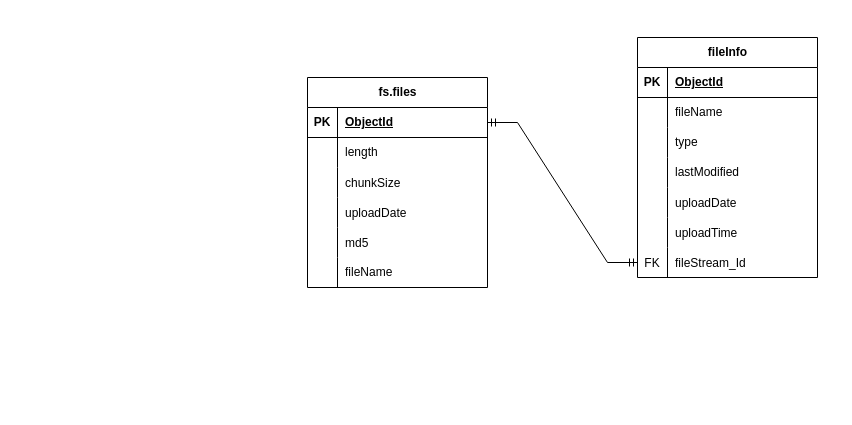
This is Схема отношений сещностей.drawio from Aleksandr-A204/plato.HeracleumSosnowskyi, a draw.io file, before an edit. Source tidied: cells renumbered, new cells numbered last; positions are measured from the earlier drawing's top-left corner, leaving out a move shared by most shapes. Both pictures are drawn from the tidied source at 100%, with x=0, y=0 at pixel (307, 37).
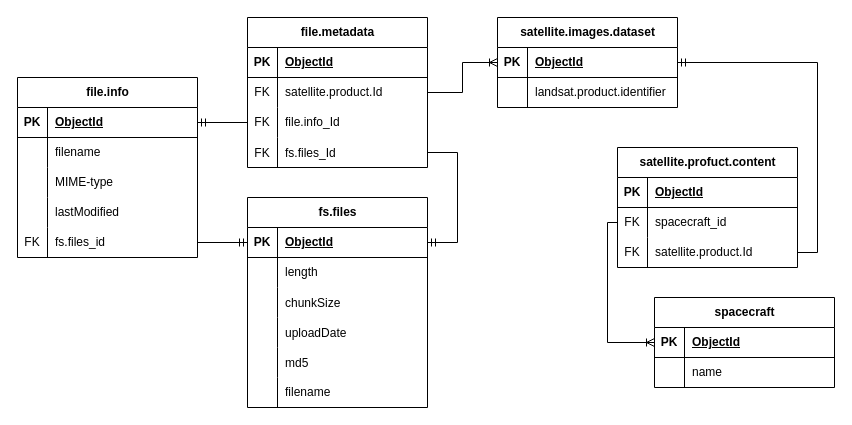
Above is the later version.

The change refers to these unchanged cells:
```xml
<mxCell id="3" style="shape=tableRow;horizontal=0;startSize=0;swimlaneHead=0;swimlaneBody=0;fillColor=none;points=[[0,0.5],[1,0.5]];portConstraint=eastwest;top=0;left=0;right=0;bottom=1;" parent="2" vertex="1">
  <mxGeometry y="30" width="180" height="30" as="geometry" />
</mxCell>
<mxCell id="18" style="shape=tableRow;horizontal=0;startSize=0;swimlaneHead=0;swimlaneBody=0;fillColor=none;top=0;left=0;right=0;bottom=0;" parent="2" vertex="1">
  <mxGeometry y="180" width="180" height="30" as="geometry" />
</mxCell>
<mxCell id="22" style="shape=tableRow;horizontal=0;startSize=0;swimlaneHead=0;swimlaneBody=0;fillColor=none;points=[[0,0.5],[1,0.5]];portConstraint=eastwest;top=0;left=0;right=0;bottom=1;" parent="21" vertex="1">
  <mxGeometry y="30" width="180" height="30" as="geometry" />
</mxCell>
<mxCell id="25" style="shape=tableRow;horizontal=0;startSize=0;swimlaneHead=0;swimlaneBody=0;fillColor=none;top=0;left=0;right=0;bottom=0;" parent="21" vertex="1">
  <mxGeometry y="60" width="180" height="30" as="geometry" />
</mxCell>
<mxCell id="28" style="shape=tableRow;horizontal=0;startSize=0;swimlaneHead=0;swimlaneBody=0;fillColor=none;top=0;left=0;right=0;bottom=0;" parent="21" vertex="1">
  <mxGeometry y="90" width="180" height="30" as="geometry" />
</mxCell>
<mxCell id="34" style="shape=tableRow;horizontal=0;startSize=0;swimlaneHead=0;swimlaneBody=0;fillColor=none;points=[[0,0.5],[1,0.5]];portConstraint=eastwest;top=0;left=0;right=0;bottom=0;" parent="21" vertex="1">
  <mxGeometry y="150" width="180" height="30" as="geometry" />
</mxCell>
```

Diff of the diagram source:
```diff
@@
     <mxCell id="2" value="fs.files" style="shape=table;startSize=30;childLayout=tableLayout;rowLines=0;fontStyle=1;align=center;html=1;" parent="1" vertex="1">
-      <mxGeometry y="40" width="180" height="210" as="geometry" />
+      <mxGeometry x="-60" y="160" width="180" height="210" as="geometry" />
     </mxCell>
@@
-    <mxCell id="20" value="fileName" style="shape=partialRectangle;fillColor=none;top=0;left=0;bottom=0;right=0;align=left;spacingLeft=6;overflow=hidden;whiteSpace=wrap;html=1;" parent="18" vertex="1">
+    <mxCell id="20" value="filename" style="shape=partialRectangle;fillColor=none;top=0;left=0;bottom=0;right=0;align=left;spacingLeft=6;overflow=hidden;whiteSpace=wrap;html=1;" parent="18" vertex="1">
       <mxGeometry x="30" width="150" height="30" as="geometry" />
     </mxCell>
-    <mxCell id="21" value="fileInfo" style="shape=table;startSize=30;childLayout=tableLayout;rowLines=0;fontStyle=1;align=center;html=1;" parent="1" vertex="1">
-      <mxGeometry x="330" width="180" height="240" as="geometry" />
+    <mxCell id="21" value="file.info" style="shape=table;startSize=30;childLayout=tableLayout;rowLines=0;fontStyle=1;align=center;html=1;" parent="1" vertex="1">
+      <mxGeometry x="-290" y="40" width="180" height="180" as="geometry" />
     </mxCell>
@@
-    <mxCell id="27" value="fileName" style="shape=partialRectangle;fillColor=none;top=0;left=0;bottom=0;right=0;align=left;spacingLeft=6;overflow=hidden;whiteSpace=wrap;html=1;" parent="25" vertex="1">
+    <mxCell id="27" value="filename" style="shape=partialRectangle;fillColor=none;top=0;left=0;bottom=0;right=0;align=left;spacingLeft=6;overflow=hidden;whiteSpace=wrap;html=1;" parent="25" vertex="1">
       <mxGeometry x="30" width="150" height="30" as="geometry" />
     </mxCell>
@@
-    <mxCell id="30" value="type" style="shape=partialRectangle;fillColor=none;top=0;left=0;bottom=0;right=0;align=left;spacingLeft=6;overflow=hidden;whiteSpace=wrap;html=1;" parent="28" vertex="1">
+    <mxCell id="30" value="MIME-type" style="shape=partialRectangle;fillColor=none;top=0;left=0;bottom=0;right=0;align=left;spacingLeft=6;overflow=hidden;whiteSpace=wrap;html=1;" parent="28" vertex="1">
       <mxGeometry x="30" width="150" height="30" as="geometry" />
     </mxCell>
@@
-    <mxCell id="35" style="shape=partialRectangle;fillColor=none;top=0;left=0;bottom=0;right=0;overflow=hidden;" parent="34" vertex="1">
-      <mxGeometry width="30" height="30" as="geometry" />
-    </mxCell>
-    <mxCell id="36" value="uploadDate" style="shape=partialRectangle;fillColor=none;top=0;left=0;bottom=0;right=0;align=left;spacingLeft=6;overflow=hidden;" parent="34" vertex="1">
-      <mxGeometry x="30" width="150" height="30" as="geometry" />
-    </mxCell>
-    <mxCell id="37" style="shape=tableRow;horizontal=0;startSize=0;swimlaneHead=0;swimlaneBody=0;fillColor=none;top=0;left=0;right=0;bottom=0;" parent="21" vertex="1">
-      <mxGeometry y="180" width="180" height="30" as="geometry" />
-    </mxCell>
-    <mxCell id="38" style="shape=partialRectangle;fillColor=none;top=0;left=0;bottom=0;right=0;overflow=hidden;" parent="37" vertex="1">
-      <mxGeometry width="30" height="30" as="geometry" />
-    </mxCell>
-    <mxCell id="39" value="uploadTime" style="shape=partialRectangle;fillColor=none;top=0;left=0;bottom=0;right=0;align=left;spacingLeft=6;overflow=hidden;" parent="37" vertex="1">
-      <mxGeometry x="30" width="150" height="30" as="geometry" />
-    </mxCell>
-    <mxCell id="40" style="shape=tableRow;horizontal=0;startSize=0;swimlaneHead=0;swimlaneBody=0;fillColor=none;points=[[0,0.5],[1,0.5]];portConstraint=eastwest;top=0;left=0;right=0;bottom=0;" parent="21" vertex="1">
-      <mxGeometry y="210" width="180" height="30" as="geometry" />
-    </mxCell>
+    <mxCell id="44" value="FK" style="shape=partialRectangle;fillColor=none;top=0;left=0;bottom=0;right=0;overflow=hidden;whiteSpace=wrap;html=1;" parent="34" vertex="1">
+      <mxGeometry width="30" height="30" as="geometry" />
+    </mxCell>
+    <mxCell id="45" value="fs.files_id" style="shape=partialRectangle;fillColor=none;top=0;left=0;bottom=0;right=0;align=left;spacingLeft=6;overflow=hidden;whiteSpace=wrap;html=1;" parent="34" vertex="1">
+      <mxGeometry x="30" width="150" height="30" as="geometry" />
+    </mxCell>
+    <mxCell id="46" value="file.metadata" style="shape=table;startSize=30;childLayout=tableLayout;rowLines=0;fontStyle=1;align=center;html=1;" parent="1" vertex="1">
+      <mxGeometry x="-60" y="-20" width="180" height="150" as="geometry" />
+    </mxCell>
+    <mxCell id="47" style="shape=tableRow;horizontal=0;startSize=0;swimlaneHead=0;swimlaneBody=0;fillColor=none;top=0;left=0;right=0;bottom=1;" parent="46" vertex="1">
+      <mxGeometry y="30" width="180" height="30" as="geometry" />
+    </mxCell>
+    <mxCell id="48" value="PK" style="shape=partialRectangle;fillColor=none;top=0;left=0;bottom=0;right=0;fontStyle=1;overflow=hidden;whiteSpace=wrap;html=1;" parent="47" vertex="1">
+      <mxGeometry width="30" height="30" as="geometry" />
+    </mxCell>
+    <mxCell id="49" value="ObjectId" style="shape=partialRectangle;fillColor=none;top=0;left=0;bottom=0;right=0;align=left;spacingLeft=6;fontStyle=5;overflow=hidden;whiteSpace=wrap;html=1;" parent="47" vertex="1">
+      <mxGeometry x="30" width="150" height="30" as="geometry" />
+    </mxCell>
+    <mxCell id="50" style="shape=tableRow;horizontal=0;startSize=0;swimlaneHead=0;swimlaneBody=0;fillColor=none;points=[[0,0.5],[1,0.5]];portConstraint=eastwest;top=0;left=0;right=0;bottom=0;" parent="46" vertex="1">
+      <mxGeometry y="60" width="180" height="30" as="geometry" />
+    </mxCell>
+    <mxCell id="51" value="FK" style="shape=partialRectangle;fillColor=none;top=0;left=0;bottom=0;right=0;overflow=hidden;whiteSpace=wrap;html=1;" parent="50" vertex="1">
+      <mxGeometry width="30" height="30" as="geometry" />
+    </mxCell>
+    <mxCell id="52" value="satellite.product.Id" style="shape=partialRectangle;fillColor=none;top=0;left=0;bottom=0;right=0;align=left;spacingLeft=6;overflow=hidden;whiteSpace=wrap;html=1;" parent="50" vertex="1">
+      <mxGeometry x="30" width="150" height="30" as="geometry" />
+    </mxCell>
+    <mxCell id="53" style="shape=tableRow;horizontal=0;startSize=0;swimlaneHead=0;swimlaneBody=0;fillColor=none;points=[[0,0.5],[1,0.5]];portConstraint=eastwest;top=0;left=0;right=0;bottom=0;" parent="46" vertex="1">
+      <mxGeometry y="90" width="180" height="30" as="geometry" />
+    </mxCell>
+    <mxCell id="54" value="FK" style="shape=partialRectangle;fillColor=none;top=0;left=0;bottom=0;right=0;overflow=hidden;whiteSpace=wrap;html=1;" parent="53" vertex="1">
+      <mxGeometry width="30" height="30" as="geometry" />
+    </mxCell>
+    <mxCell id="55" value="file.info_Id" style="shape=partialRectangle;fillColor=none;top=0;left=0;bottom=0;right=0;align=left;spacingLeft=6;overflow=hidden;whiteSpace=wrap;html=1;" parent="53" vertex="1">
+      <mxGeometry x="30" width="150" height="30" as="geometry" />
+    </mxCell>
+    <mxCell id="56" style="shape=tableRow;horizontal=0;startSize=0;swimlaneHead=0;swimlaneBody=0;fillColor=none;points=[[0,0.5],[1,0.5]];portConstraint=eastwest;top=0;left=0;right=0;bottom=0;" parent="46" vertex="1">
+      <mxGeometry y="120" width="180" height="30" as="geometry" />
+    </mxCell>
-    <mxCell id="41" value="FK" style="shape=partialRectangle;fillColor=none;top=0;left=0;bottom=0;right=0;overflow=hidden;" parent="40" vertex="1">
+    <mxCell id="41" value="FK" style="shape=partialRectangle;fillColor=none;top=0;left=0;bottom=0;right=0;overflow=hidden;" parent="56" vertex="1">
       <mxGeometry width="30" height="30" as="geometry" />
     </mxCell>
-    <mxCell id="42" value="fileStream_Id" style="shape=partialRectangle;fillColor=none;top=0;left=0;bottom=0;right=0;align=left;spacingLeft=6;overflow=hidden;" parent="40" vertex="1">
-      <mxGeometry x="30" width="150" height="30" as="geometry" />
-    </mxCell>
-    <mxCell id="43" style="edgeStyle=entityRelationEdgeStyle;fontSize=12;html=1;endArrow=ERmandOne;startArrow=ERmandOne;rounded=0;exitX=1;exitY=0.5;exitDx=0;exitDy=0;entryX=0;entryY=0.5;entryDx=0;entryDy=0;" parent="1" edge="1" source="3" target="40">
-      <mxGeometry relative="1" as="geometry" />
-    </mxCell>
+    <mxCell id="57" value="fs.files_Id" style="shape=partialRectangle;fillColor=none;top=0;left=0;bottom=0;right=0;align=left;spacingLeft=6;overflow=hidden;" parent="56" vertex="1">
+      <mxGeometry x="30" width="150" height="30" as="geometry" />
+    </mxCell>
+    <mxCell id="58" style="edgeStyle=orthogonalEdgeStyle;fontSize=12;html=1;endArrow=ERoneToMany;rounded=0;exitX=1;exitY=0.5;exitDx=0;exitDy=0;entryX=0;entryY=0.5;entryDx=0;entryDy=0;" parent="1" edge="1" source="50" target="63">
+      <mxGeometry relative="1" as="geometry" />
+    </mxCell>
+    <mxCell id="59" style="edgeStyle=entityRelationEdgeStyle;fontSize=12;html=1;endArrow=ERmandOne;rounded=0;entryX=1;entryY=0.5;entryDx=0;entryDy=0;" parent="1" edge="1" source="53" target="22">
+      <mxGeometry relative="1" as="geometry" />
+    </mxCell>
+    <mxCell id="60" style="edgeStyle=entityRelationEdgeStyle;fontSize=12;html=1;endArrow=ERmandOne;rounded=0;entryX=1;entryY=0.5;entryDx=0;entryDy=0;exitX=1;exitY=0.5;exitDx=0;exitDy=0;" parent="1" edge="1" source="56" target="3">
+      <mxGeometry relative="1" as="geometry" />
+    </mxCell>
+    <mxCell id="61" style="edgeStyle=orthogonalEdgeStyle;fontSize=12;html=1;endArrow=ERmandOne;rounded=0;entryX=0;entryY=0.5;entryDx=0;entryDy=0;exitX=1;exitY=0.5;exitDx=0;exitDy=0;" parent="1" edge="1" source="34" target="3">
+      <mxGeometry relative="1" as="geometry" />
+    </mxCell>
+    <mxCell id="62" value="satellite.images.dataset" style="shape=table;startSize=30;childLayout=tableLayout;rowLines=0;fontStyle=1;align=center;html=1;" parent="1" vertex="1">
+      <mxGeometry x="190" y="-20" width="180" height="90" as="geometry" />
+    </mxCell>
+    <mxCell id="63" style="shape=tableRow;horizontal=0;startSize=0;swimlaneHead=0;swimlaneBody=0;fillColor=none;points=[[0,0.5],[1,0.5]];portConstraint=eastwest;top=0;left=0;right=0;bottom=1;" parent="62" vertex="1">
+      <mxGeometry y="30" width="180" height="30" as="geometry" />
+    </mxCell>
+    <mxCell id="64" value="PK" style="shape=partialRectangle;fillColor=none;top=0;left=0;bottom=0;right=0;fontStyle=1;overflow=hidden;whiteSpace=wrap;html=1;" parent="63" vertex="1">
+      <mxGeometry width="30" height="30" as="geometry" />
+    </mxCell>
+    <mxCell id="65" value="ObjectId" style="shape=partialRectangle;fillColor=none;top=0;left=0;bottom=0;right=0;align=left;spacingLeft=6;fontStyle=5;overflow=hidden;whiteSpace=wrap;html=1;" parent="63" vertex="1">
+      <mxGeometry x="30" width="150" height="30" as="geometry" />
+    </mxCell>
+    <mxCell id="66" style="shape=tableRow;horizontal=0;startSize=0;swimlaneHead=0;swimlaneBody=0;fillColor=none;top=0;left=0;right=0;bottom=0;" parent="62" vertex="1">
+      <mxGeometry y="60" width="180" height="30" as="geometry" />
+    </mxCell>
+    <mxCell id="67" style="shape=partialRectangle;fillColor=none;top=0;left=0;bottom=0;right=0;overflow=hidden;whiteSpace=wrap;html=1;" parent="66" vertex="1">
+      <mxGeometry width="30" height="30" as="geometry" />
+    </mxCell>
+    <mxCell id="68" value="landsat.product.identifier" style="shape=partialRectangle;fillColor=none;top=0;left=0;bottom=0;right=0;align=left;spacingLeft=6;overflow=hidden;whiteSpace=wrap;html=1;" parent="66" vertex="1">
+      <mxGeometry x="30" width="150" height="30" as="geometry" />
+    </mxCell>
+    <mxCell id="69" value="spacecraft" style="shape=table;startSize=30;childLayout=tableLayout;rowLines=0;fontStyle=1;align=center;html=1;" parent="1" vertex="1">
+      <mxGeometry x="347" y="260" width="180" height="90" as="geometry" />
+    </mxCell>
+    <mxCell id="70" style="shape=tableRow;horizontal=0;startSize=0;swimlaneHead=0;swimlaneBody=0;fillColor=none;points=[[0,0.5],[1,0.5]];portConstraint=eastwest;top=0;left=0;right=0;bottom=1;" parent="69" vertex="1">
+      <mxGeometry y="30" width="180" height="30" as="geometry" />
+    </mxCell>
+    <mxCell id="71" value="PK" style="shape=partialRectangle;fillColor=none;top=0;left=0;bottom=0;right=0;fontStyle=1;overflow=hidden;whiteSpace=wrap;html=1;" parent="70" vertex="1">
+      <mxGeometry width="30" height="30" as="geometry" />
+    </mxCell>
+    <mxCell id="72" value="ObjectId" style="shape=partialRectangle;fillColor=none;top=0;left=0;bottom=0;right=0;align=left;spacingLeft=6;fontStyle=5;overflow=hidden;whiteSpace=wrap;html=1;" parent="70" vertex="1">
+      <mxGeometry x="30" width="150" height="30" as="geometry" />
+    </mxCell>
+    <mxCell id="73" style="shape=tableRow;horizontal=0;startSize=0;swimlaneHead=0;swimlaneBody=0;fillColor=none;top=0;left=0;right=0;bottom=0;" parent="69" vertex="1">
+      <mxGeometry y="60" width="180" height="30" as="geometry" />
+    </mxCell>
+    <mxCell id="74" style="shape=partialRectangle;fillColor=none;top=0;left=0;bottom=0;right=0;overflow=hidden;whiteSpace=wrap;html=1;" parent="73" vertex="1">
+      <mxGeometry width="30" height="30" as="geometry" />
+    </mxCell>
+    <mxCell id="75" value="name" style="shape=partialRectangle;fillColor=none;top=0;left=0;bottom=0;right=0;align=left;spacingLeft=6;overflow=hidden;whiteSpace=wrap;html=1;" parent="73" vertex="1">
+      <mxGeometry x="30" width="150" height="30" as="geometry" />
+    </mxCell>
+    <mxCell id="76" value="satellite.profuct.content" style="shape=table;startSize=30;childLayout=tableLayout;rowLines=0;fontStyle=1;align=center;html=1;" parent="1" vertex="1">
+      <mxGeometry x="310" y="110" width="180" height="120" as="geometry" />
+    </mxCell>
+    <mxCell id="77" style="shape=tableRow;horizontal=0;startSize=0;swimlaneHead=0;swimlaneBody=0;fillColor=none;top=0;left=0;right=0;bottom=1;" parent="76" vertex="1">
+      <mxGeometry y="30" width="180" height="30" as="geometry" />
+    </mxCell>
+    <mxCell id="78" value="PK" style="shape=partialRectangle;fillColor=none;top=0;left=0;bottom=0;right=0;fontStyle=1;overflow=hidden;whiteSpace=wrap;html=1;" parent="77" vertex="1">
+      <mxGeometry width="30" height="30" as="geometry" />
+    </mxCell>
+    <mxCell id="79" value="ObjectId" style="shape=partialRectangle;fillColor=none;top=0;left=0;bottom=0;right=0;align=left;spacingLeft=6;fontStyle=5;overflow=hidden;whiteSpace=wrap;html=1;" parent="77" vertex="1">
+      <mxGeometry x="30" width="150" height="30" as="geometry" />
+    </mxCell>
+    <mxCell id="80" style="shape=tableRow;horizontal=0;startSize=0;swimlaneHead=0;swimlaneBody=0;fillColor=none;points=[[0,0.5],[1,0.5]];portConstraint=eastwest;top=0;left=0;right=0;bottom=0;" parent="76" vertex="1">
+      <mxGeometry y="60" width="180" height="30" as="geometry" />
+    </mxCell>
+    <mxCell id="81" value="FK" style="shape=partialRectangle;fillColor=none;top=0;left=0;bottom=0;right=0;overflow=hidden;whiteSpace=wrap;html=1;" parent="80" vertex="1">
+      <mxGeometry width="30" height="30" as="geometry" />
+    </mxCell>
+    <mxCell id="82" value="spacecraft_id" style="shape=partialRectangle;fillColor=none;top=0;left=0;bottom=0;right=0;align=left;spacingLeft=6;overflow=hidden;whiteSpace=wrap;html=1;" parent="80" vertex="1">
+      <mxGeometry x="30" width="150" height="30" as="geometry" />
+    </mxCell>
+    <mxCell id="83" style="shape=tableRow;horizontal=0;startSize=0;swimlaneHead=0;swimlaneBody=0;fillColor=none;points=[[0,0.5],[1,0.5]];portConstraint=eastwest;top=0;left=0;right=0;bottom=0;" parent="76" vertex="1">
+      <mxGeometry y="90" width="180" height="30" as="geometry" />
+    </mxCell>
+    <mxCell id="84" value="FK" style="shape=partialRectangle;fillColor=none;top=0;left=0;bottom=0;right=0;overflow=hidden;whiteSpace=wrap;html=1;" parent="83" vertex="1">
+      <mxGeometry width="30" height="30" as="geometry" />
+    </mxCell>
+    <mxCell id="85" value="satellite.product.Id" style="shape=partialRectangle;fillColor=none;top=0;left=0;bottom=0;right=0;align=left;spacingLeft=6;overflow=hidden;whiteSpace=wrap;html=1;" parent="83" vertex="1">
+      <mxGeometry x="30" width="150" height="30" as="geometry" />
+    </mxCell>
+    <mxCell id="86" style="fontSize=12;html=1;endArrow=ERoneToMany;rounded=0;exitX=0;exitY=0.5;exitDx=0;exitDy=0;entryX=0;entryY=0.5;entryDx=0;entryDy=0;edgeStyle=orthogonalEdgeStyle;" parent="1" edge="1" source="80" target="70">
+      <mxGeometry relative="1" as="geometry" />
+    </mxCell>
+    <mxCell id="87" style="edgeStyle=orthogonalEdgeStyle;fontSize=12;html=1;endArrow=ERmandOne;rounded=0;entryX=1;entryY=0.5;entryDx=0;entryDy=0;exitX=1;exitY=0.5;exitDx=0;exitDy=0;" parent="1" edge="1" source="83" target="63">
+      <mxGeometry relative="1" as="geometry">
+        <Array as="points">
+          <mxPoint x="510" y="215" />
+          <mxPoint x="510" y="25" />
+        </Array>
+      </mxGeometry>
+    </mxCell>
```
